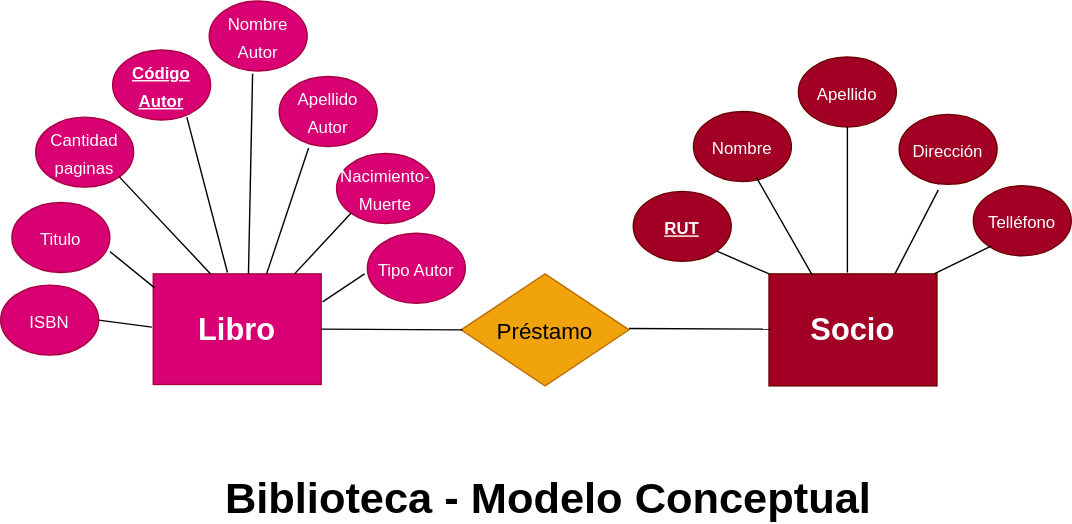
Above: Modelo_conceptual.drawio.svg in marcelomolinamartinez/prueba_biblioteca (draw.io), before the change. Source tidied: cells renumbered, new cells last; positions are measured from the earlier drawing's top-left corner, leaving out a move shared by most shapes.
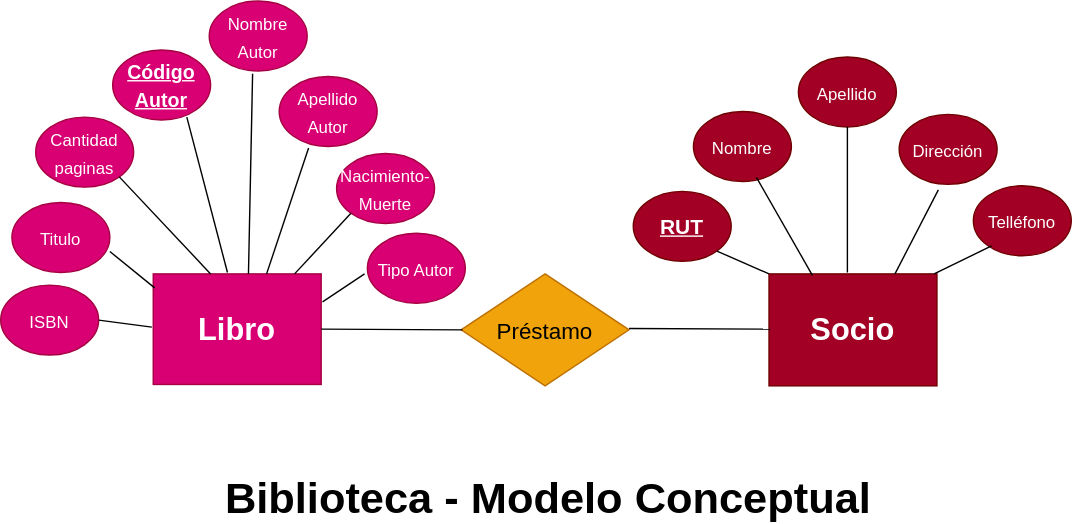
Later version of the same file.

Change to the diagram source:
```diff
@@ -28,7 +28,7 @@
     <mxCell id="8" value="&lt;font style=&quot;font-size: 12px&quot;&gt;Nombre Autor&lt;/font&gt;" style="ellipse;whiteSpace=wrap;html=1;fontSize=16;fillColor=#d80073;fontColor=#ffffff;strokeColor=#A50040;" parent="1" vertex="1">
       <mxGeometry x="149" width="70" height="50" as="geometry" />
     </mxCell>
-    <mxCell id="9" value="&lt;font style=&quot;font-size: 12px&quot;&gt;&lt;u&gt;&lt;b&gt;Código Autor&lt;/b&gt;&lt;/u&gt;&lt;/font&gt;" style="ellipse;whiteSpace=wrap;html=1;fontSize=16;fillColor=#d80073;fontColor=#ffffff;strokeColor=#A50040;" parent="1" vertex="1">
+    <mxCell id="9" value="&lt;font size=&quot;1&quot;&gt;&lt;u&gt;&lt;b style=&quot;font-size: 14px&quot;&gt;Código Autor&lt;/b&gt;&lt;/u&gt;&lt;/font&gt;" style="ellipse;whiteSpace=wrap;html=1;fontSize=16;fillColor=#d80073;fontColor=#ffffff;strokeColor=#A50040;" parent="1" vertex="1">
       <mxGeometry x="80" y="35" width="70" height="50" as="geometry" />
     </mxCell>
     <mxCell id="10" style="edgeStyle=orthogonalEdgeStyle;rounded=0;orthogonalLoop=1;jettySize=auto;html=1;exitX=0.5;exitY=1;exitDx=0;exitDy=0;fontSize=12;" parent="1" edge="1">
@@ -98,7 +98,7 @@
         <mxPoint x="108" y="233" as="targetPoint" />
       </mxGeometry>
     </mxCell>
-    <mxCell id="24" value="&lt;font style=&quot;font-size: 12px&quot;&gt;&lt;u&gt;&lt;b&gt;RUT&lt;/b&gt;&lt;/u&gt;&lt;/font&gt;" style="ellipse;whiteSpace=wrap;html=1;fontSize=16;fillColor=#a20025;fontColor=#ffffff;strokeColor=#6F0000;" parent="1" vertex="1">
+    <mxCell id="24" value="&lt;font size=&quot;1&quot;&gt;&lt;u&gt;&lt;b style=&quot;font-size: 15px&quot;&gt;RUT&lt;/b&gt;&lt;/u&gt;&lt;/font&gt;" style="ellipse;whiteSpace=wrap;html=1;fontSize=16;fillColor=#a20025;fontColor=#ffffff;strokeColor=#6F0000;" parent="1" vertex="1">
       <mxGeometry x="452" y="136" width="70" height="50" as="geometry" />
     </mxCell>
     <mxCell id="25" value="&lt;font style=&quot;font-size: 12px&quot;&gt;Nombre&lt;/font&gt;" style="ellipse;whiteSpace=wrap;html=1;fontSize=16;fillColor=#a20025;fontColor=#ffffff;strokeColor=#6F0000;" parent="1" vertex="1">
```
